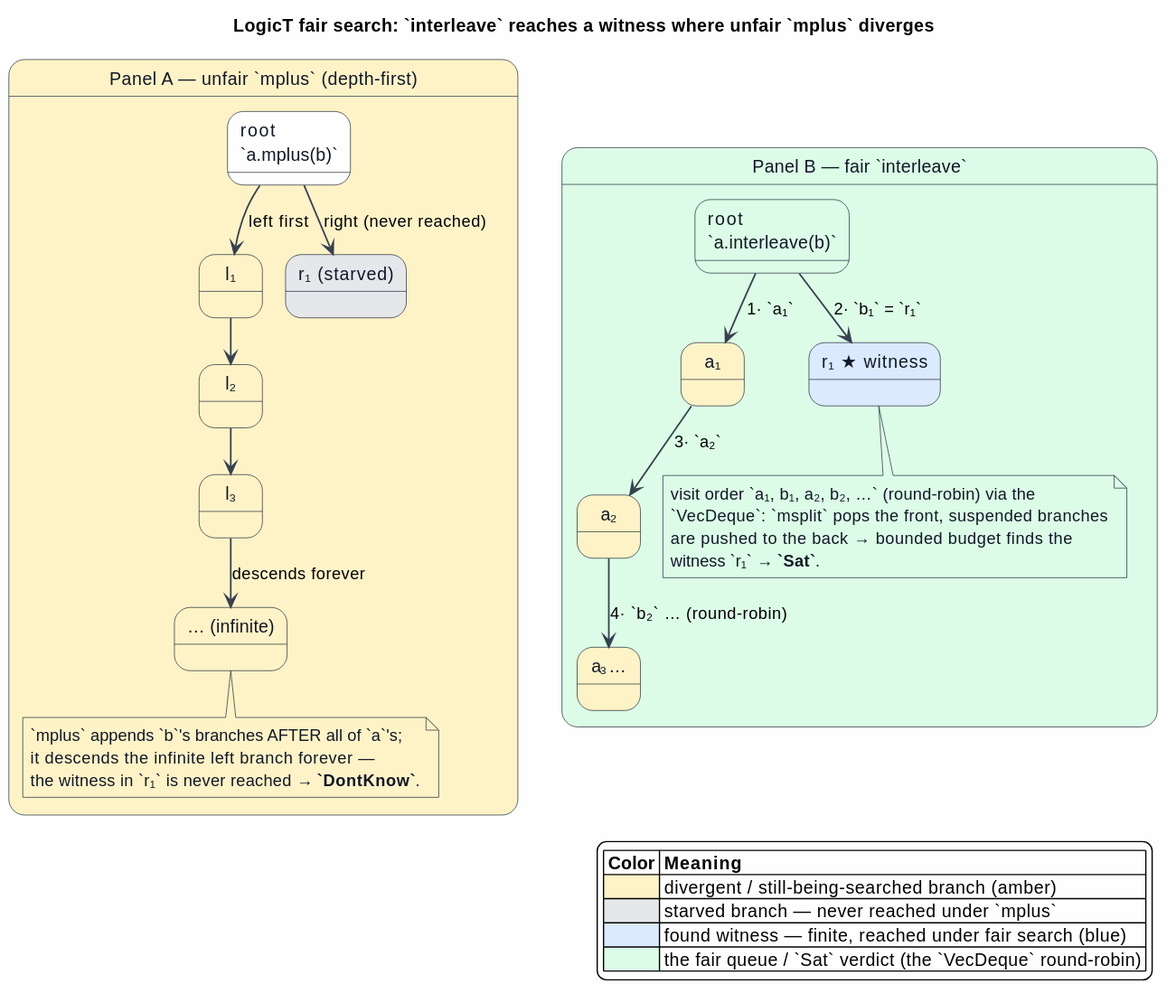
Earlier version of the PlantUML export docs/architecture/semantic-predicates/figures/13-logict-backtracking.svg (F1R3FLY-io/mettail-rust).
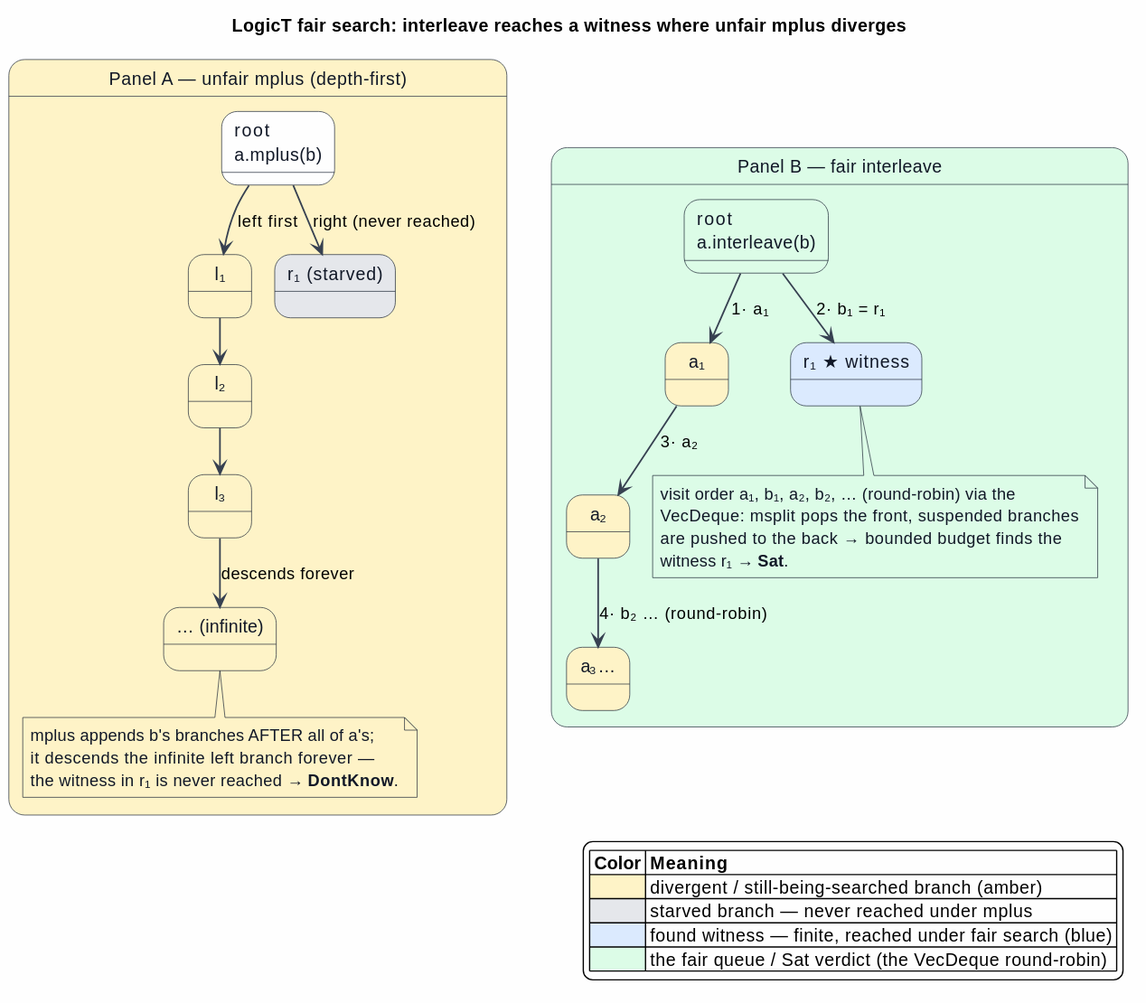
After the commit.

What changed in the source:
```diff
@@ -13,10 +13,10 @@
   FontColor #111827
 }
 
-title LogicT fair search: `interleave` reaches a witness where unfair `mplus` diverges
+title LogicT fair search: interleave reaches a witness where unfair mplus diverges
 
-state "Panel A — unfair `mplus` (depth-first)" as A #FEF3C7 {
-  state "root\n`a.mplus(b)`" as A_root #FEFEFE
+state "Panel A — unfair mplus (depth-first)" as A #FEF3C7 {
+  state "root\na.mplus(b)" as A_root #FEFEFE
 
   state "l₁" as A_l1 #FEF3C7
   state "l₂" as A_l2 #FEF3C7
@@ -32,14 +32,14 @@
   A_root --> A_r1  : right (never reached)
 
   note bottom of A_linf #FEF3C7
-    `mplus` appends `b`'s branches AFTER all of `a`'s;
+    mplus appends b's branches AFTER all of a's;
     it descends the infinite left branch forever —
-    the witness in `r₁` is never reached → **`DontKnow`**.
+    the witness in r₁ is never reached → **DontKnow**.
   end note
 }
 
-state "Panel B — fair `interleave`" as B #DCFCE7 {
-  state "root\n`a.interleave(b)`" as B_root #DCFCE7
+state "Panel B — fair interleave" as B #DCFCE7 {
+  state "root\na.interleave(b)" as B_root #DCFCE7
 
   state "a₁" as B_a1 #FEF3C7
   state "a₂" as B_a2 #FEF3C7
@@ -47,16 +47,16 @@
 
   state "r₁  ★ witness" as B_r1 #DBEAFE
 
-  B_root --> B_a1 : 1·  `a₁`
-  B_root --> B_r1 : 2·  `b₁` = `r₁`
-  B_a1   --> B_a2 : 3·  `a₂`
-  B_a2   --> B_a3 : 4·  `b₂` …  (round-robin)
+  B_root --> B_a1 : 1·  a₁
+  B_root --> B_r1 : 2·  b₁ = r₁
+  B_a1   --> B_a2 : 3·  a₂
+  B_a2   --> B_a3 : 4·  b₂ …  (round-robin)
 
   note bottom of B_r1 #DCFCE7
-    visit order `a₁, b₁, a₂, b₂, …` (round-robin) via the
-    `VecDeque`: `msplit` pops the front, suspended branches
+    visit order a₁, b₁, a₂, b₂, … (round-robin) via the
+    VecDeque: msplit pops the front, suspended branches
     are pushed to the back → bounded budget finds the
-    witness `r₁` → **`Sat`**.
+    witness r₁ → **Sat**.
   end note
 }
 
@@ -65,8 +65,8 @@
 legend right
 |= Color |= Meaning |
 |<#FEF3C7> | divergent / still-being-searched branch (amber) |
-|<#E5E7EB> | starved branch — never reached under `mplus` |
+|<#E5E7EB> | starved branch — never reached under mplus |
 |<#DBEAFE> | found witness — finite, reached under fair search (blue) |
-|<#DCFCE7> | the fair queue / `Sat` verdict (the `VecDeque` round-robin) |
+|<#DCFCE7> | the fair queue / Sat verdict (the VecDeque round-robin) |
 endlegend
 @enduml
```
